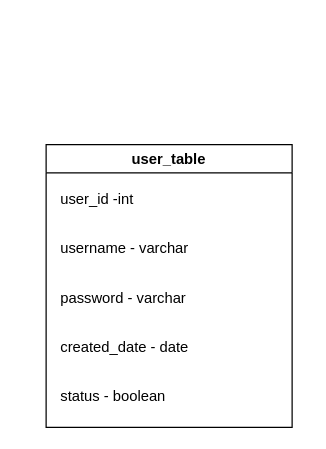
The draw.io diagram Untitled Diagram.drawio in riolentius/python-practice, before the edit. Source tidied: cells renumbered, new cells numbered last; positions are measured from the earlier drawing's top-left corner, leaving out a move shared by most shapes. Both pictures are drawn from the tidied source at 123%, with x=0, y=0 at pixel (46, 144).
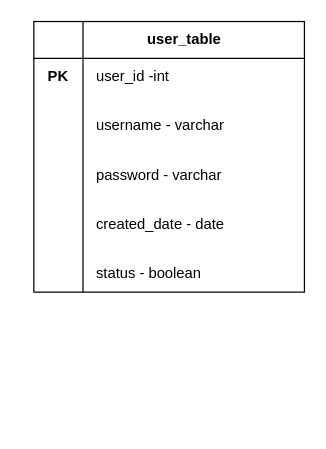
After the change.

The edit, as a diff of the source:
```diff
@@
 <mxGraphModel>
   <root>
     <mxCell id="0" />
     <mxCell id="1" parent="0" />
+    <mxCell id="8" style="group;" parent="1" vertex="1">
+      <mxGeometry x="-20" y="-100" width="230" height="240" as="geometry" />
+    </mxCell>
+    <mxCell id="9" style="group;" parent="8" vertex="1">
+      <mxGeometry x="10" width="220" height="240" as="geometry" />
+    </mxCell>
+    <mxCell id="10" style="shape=internalStorage;whiteSpace=wrap;html=1;backgroundOutline=1;dx=40;dy=30;" parent="9" vertex="1">
+      <mxGeometry width="220" height="220" as="geometry" />
+    </mxCell>
-    <mxCell id="2" value="user_table" style="swimlane;whiteSpace=wrap;html=1;" parent="1" vertex="1">
-      <mxGeometry width="200" height="230" as="geometry" />
+    <mxCell id="2" value="user_table" style="text;html=1;strokeColor=none;fillColor=none;align=center;verticalAlign=middle;whiteSpace=wrap;rounded=0;fontStyle=1;" parent="9" vertex="1">
+      <mxGeometry x="85.6" width="73.3" height="30" as="geometry" />
     </mxCell>
+    <mxCell id="11" style="group;" parent="9" vertex="1">
+      <mxGeometry x="48.9" y="30" width="146.7" height="190" as="geometry" />
+    </mxCell>
-    <mxCell id="3" value="user_id -int" style="text;html=1;strokeColor=none;fillColor=none;align=left;verticalAlign=middle;whiteSpace=wrap;rounded=0;" parent="2" vertex="1">
-      <mxGeometry x="10" y="30" width="120" height="30" as="geometry" />
+    <mxCell id="3" value="user_id -int" style="text;html=1;strokeColor=none;fillColor=none;align=left;verticalAlign=middle;whiteSpace=wrap;rounded=0;" parent="11" vertex="1">
+      <mxGeometry width="146.7" height="30" as="geometry" />
     </mxCell>
-    <mxCell id="4" value="username - varchar" style="text;html=1;strokeColor=none;fillColor=none;align=left;verticalAlign=middle;whiteSpace=wrap;rounded=0;" parent="2" vertex="1">
-      <mxGeometry x="10" y="70" width="120" height="30" as="geometry" />
+    <mxCell id="4" value="username - varchar" style="text;html=1;strokeColor=none;fillColor=none;align=left;verticalAlign=middle;whiteSpace=wrap;rounded=0;" parent="11" vertex="1">
+      <mxGeometry y="40" width="146.7" height="30" as="geometry" />
     </mxCell>
-    <mxCell id="5" value="password - varchar" style="text;html=1;strokeColor=none;fillColor=none;align=left;verticalAlign=middle;whiteSpace=wrap;rounded=0;" parent="2" vertex="1">
-      <mxGeometry x="10" y="110" width="120" height="30" as="geometry" />
+    <mxCell id="5" value="password - varchar" style="text;html=1;strokeColor=none;fillColor=none;align=left;verticalAlign=middle;whiteSpace=wrap;rounded=0;" parent="11" vertex="1">
+      <mxGeometry y="80" width="146.7" height="30" as="geometry" />
     </mxCell>
-    <mxCell id="6" value="created_date - date" style="text;html=1;strokeColor=none;fillColor=none;align=left;verticalAlign=middle;whiteSpace=wrap;rounded=0;" parent="2" vertex="1">
-      <mxGeometry x="10" y="150" width="120" height="30" as="geometry" />
+    <mxCell id="6" value="created_date - date" style="text;html=1;strokeColor=none;fillColor=none;align=left;verticalAlign=middle;whiteSpace=wrap;rounded=0;" parent="11" vertex="1">
+      <mxGeometry y="120" width="146.7" height="30" as="geometry" />
     </mxCell>
-    <mxCell id="7" value="status - boolean" style="text;html=1;strokeColor=none;fillColor=none;align=left;verticalAlign=middle;whiteSpace=wrap;rounded=0;" parent="2" vertex="1">
-      <mxGeometry x="10" y="190" width="120" height="30" as="geometry" />
+    <mxCell id="7" value="status - boolean" style="text;html=1;strokeColor=none;fillColor=none;align=left;verticalAlign=middle;whiteSpace=wrap;rounded=0;" parent="11" vertex="1">
+      <mxGeometry y="160" width="146.7" height="30" as="geometry" />
     </mxCell>
+    <mxCell id="12" value="&lt;div&gt;PK&lt;/div&gt;" style="text;html=1;strokeColor=none;fillColor=none;align=center;verticalAlign=middle;whiteSpace=wrap;rounded=0;fontStyle=1;" parent="8" vertex="1">
+      <mxGeometry y="30" width="60" height="30" as="geometry" />
+    </mxCell>
   </root>
 </mxGraphModel>
```
